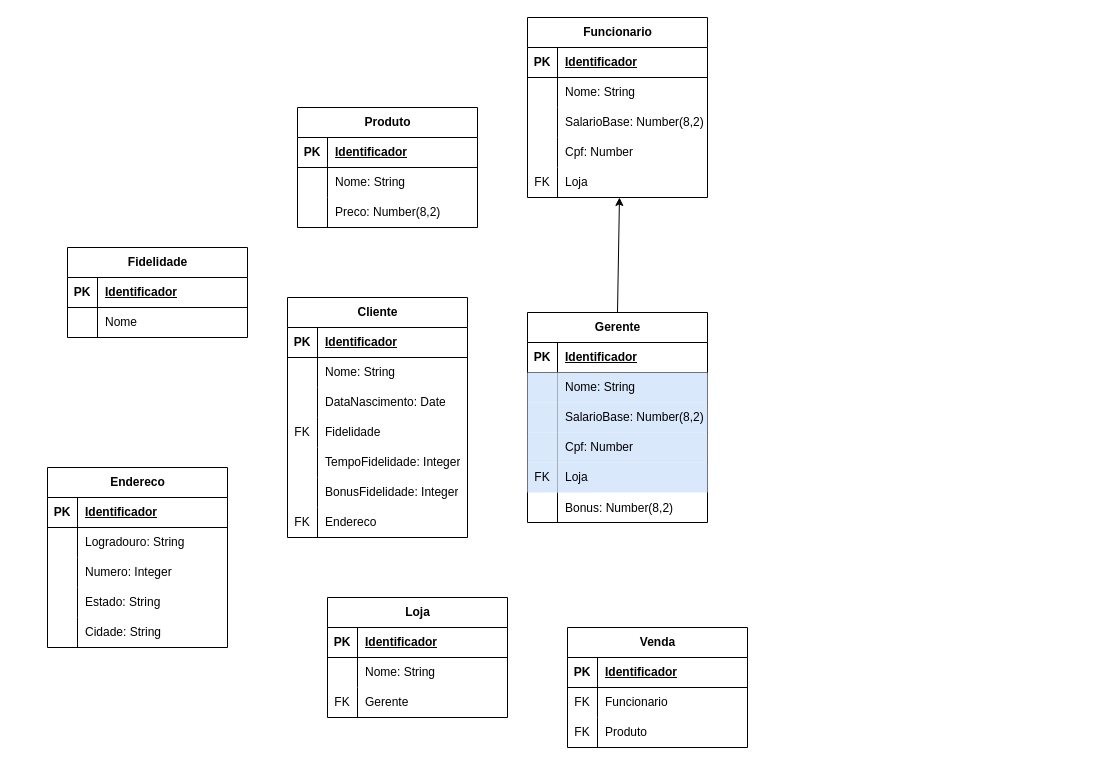
Above: exercicios/exerc.drawio in LarissaAsito/DevInHouseM2S06 (draw.io), before the change. Source tidied: cells renumbered, new cells numbered last; positions are measured from the earlier drawing's top-left corner, leaving out a move shared by most shapes. Both pictures are drawn from the tidied source at 100%, with x=0, y=0 at pixel (47, 17).
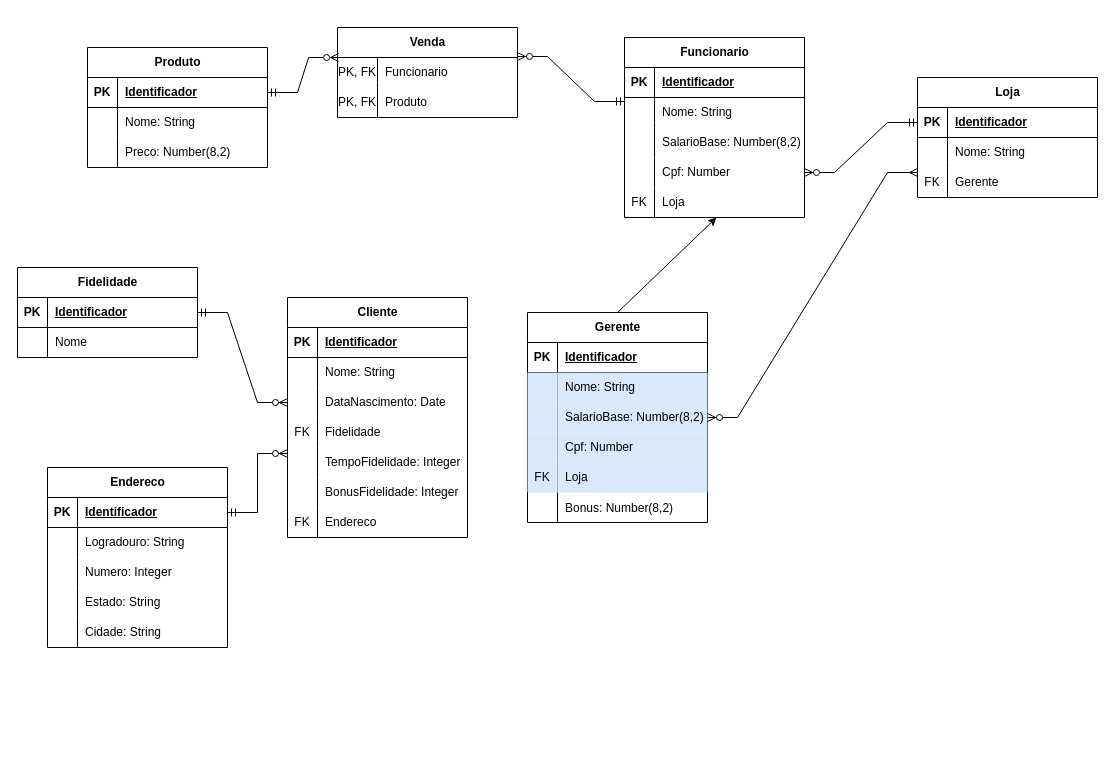
The same diagram, later.

Commit message:
Modificando exercicio 8

Unchanged cells that the change refers to:
```xml
<mxCell id="3" style="shape=tableRow;horizontal=0;startSize=0;swimlaneHead=0;swimlaneBody=0;fillColor=none;points=[[0,0.5],[1,0.5]];portConstraint=eastwest;top=0;left=0;right=0;bottom=1;" parent="2" vertex="1">
  <mxGeometry y="30" width="180" height="30" as="geometry" />
</mxCell>
<mxCell id="16" style="shape=tableRow;horizontal=0;startSize=0;swimlaneHead=0;swimlaneBody=0;fillColor=none;points=[[0,0.5],[1,0.5]];portConstraint=eastwest;top=0;left=0;right=0;bottom=0;" parent="12" vertex="1">
  <mxGeometry y="60" width="180" height="30" as="geometry" />
</mxCell>
<mxCell id="22" style="shape=tableRow;horizontal=0;startSize=0;swimlaneHead=0;swimlaneBody=0;fillColor=none;points=[[0,0.5],[1,0.5]];portConstraint=eastwest;top=0;left=0;right=0;bottom=0;" parent="12" vertex="1">
  <mxGeometry y="120" width="180" height="30" as="geometry" />
</mxCell>
<mxCell id="35" style="shape=tableRow;horizontal=0;startSize=0;swimlaneHead=0;swimlaneBody=0;fillColor=none;points=[[0,0.5],[1,0.5]];portConstraint=eastwest;top=0;left=0;right=0;bottom=0;" parent="28" vertex="1">
  <mxGeometry y="90" width="180" height="30" as="geometry" />
</mxCell>
<mxCell id="41" style="shape=tableRow;horizontal=0;startSize=0;swimlaneHead=0;swimlaneBody=0;fillColor=none;points=[[0,0.5],[1,0.5]];portConstraint=eastwest;top=0;left=0;right=0;bottom=0;" parent="28" vertex="1">
  <mxGeometry y="150" width="180" height="30" as="geometry" />
</mxCell>
<mxCell id="51" style="shape=tableRow;horizontal=0;startSize=0;swimlaneHead=0;swimlaneBody=0;fillColor=none;points=[[0,0.5],[1,0.5]];portConstraint=eastwest;top=0;left=0;right=0;bottom=1;" parent="50" vertex="1">
  <mxGeometry y="30" width="180" height="30" as="geometry" />
</mxCell>
<mxCell id="68" style="shape=tableRow;horizontal=0;startSize=0;swimlaneHead=0;swimlaneBody=0;fillColor=none;points=[[0,0.5],[1,0.5]];portConstraint=eastwest;top=0;left=0;right=0;bottom=1;" parent="67" vertex="1">
  <mxGeometry y="30" width="180" height="30" as="geometry" />
</mxCell>
<mxCell id="84" style="shape=tableRow;horizontal=0;startSize=0;swimlaneHead=0;swimlaneBody=0;fillColor=none;points=[[0,0.5],[1,0.5]];portConstraint=eastwest;top=0;left=0;right=0;bottom=1;" parent="83" vertex="1">
  <mxGeometry y="30" width="180" height="30" as="geometry" />
</mxCell>
<mxCell id="93" value="Gerente" style="shape=table;startSize=30;childLayout=tableLayout;rowLines=0;fontStyle=1;align=center;html=1;" parent="1" vertex="1">
  <mxGeometry x="480" y="295" width="180" height="210" as="geometry" />
</mxCell>
```

What changed in the source:
```diff
@@
     <mxCell id="2" value="Produto" style="shape=table;startSize=30;childLayout=tableLayout;rowLines=0;fontStyle=1;align=center;html=1;" parent="1" vertex="1">
-      <mxGeometry x="250" y="90" width="180" height="120" as="geometry" />
+      <mxGeometry x="40" y="30" width="180" height="120" as="geometry" />
     </mxCell>
@@
     <mxCell id="12" value="Funcionario" style="shape=table;startSize=30;childLayout=tableLayout;rowLines=0;fontStyle=1;align=center;html=1;" parent="1" vertex="1">
-      <mxGeometry x="480" width="180" height="180" as="geometry" />
+      <mxGeometry x="577" y="20" width="180" height="180" as="geometry" />
     </mxCell>
@@
     <mxCell id="50" value="Fidelidade" style="shape=table;startSize=30;childLayout=tableLayout;rowLines=0;fontStyle=1;align=center;html=1;" parent="1" vertex="1">
-      <mxGeometry x="20" y="230" width="180" height="90" as="geometry" />
+      <mxGeometry x="-30" y="250" width="180" height="90" as="geometry" />
     </mxCell>
@@
     <mxCell id="57" value="Venda" style="shape=table;startSize=30;childLayout=tableLayout;rowLines=0;fontStyle=1;align=center;html=1;" parent="1" vertex="1">
-      <mxGeometry x="520" y="610" width="180" height="120" as="geometry" />
+      <mxGeometry x="290" y="10" width="180" height="90" as="geometry" />
     </mxCell>
-    <mxCell id="58" style="shape=tableRow;horizontal=0;startSize=0;swimlaneHead=0;swimlaneBody=0;fillColor=none;top=0;left=0;right=0;bottom=1;" parent="57" vertex="1">
-      <mxGeometry y="30" width="180" height="30" as="geometry" />
-    </mxCell>
-    <mxCell id="59" value="PK" style="shape=partialRectangle;fillColor=none;top=0;left=0;bottom=0;right=0;fontStyle=1;overflow=hidden;whiteSpace=wrap;html=1;" parent="58" vertex="1">
-      <mxGeometry width="30" height="30" as="geometry" />
-    </mxCell>
-    <mxCell id="60" value="Identificador" style="shape=partialRectangle;fillColor=none;top=0;left=0;bottom=0;right=0;align=left;spacingLeft=6;fontStyle=5;overflow=hidden;whiteSpace=wrap;html=1;" parent="58" vertex="1">
-      <mxGeometry x="30" width="150" height="30" as="geometry" />
-    </mxCell>
     <mxCell id="61" style="shape=tableRow;horizontal=0;startSize=0;swimlaneHead=0;swimlaneBody=0;fillColor=none;points=[[0,0.5],[1,0.5]];portConstraint=eastwest;top=0;left=0;right=0;bottom=0;" parent="57" vertex="1">
-      <mxGeometry y="60" width="180" height="30" as="geometry" />
+      <mxGeometry y="30" width="180" height="30" as="geometry" />
     </mxCell>
-    <mxCell id="62" value="FK" style="shape=partialRectangle;fillColor=none;top=0;left=0;bottom=0;right=0;fontStyle=0;overflow=hidden;whiteSpace=wrap;html=1;" parent="61" vertex="1">
-      <mxGeometry width="30" height="30" as="geometry" />
+    <mxCell id="62" value="PK, FK" style="shape=partialRectangle;fillColor=none;top=0;left=0;bottom=0;right=0;fontStyle=0;overflow=hidden;whiteSpace=wrap;html=1;" parent="61" vertex="1">
+      <mxGeometry width="40" height="30" as="geometry" />
     </mxCell>
     <mxCell id="63" value="Funcionario" style="shape=partialRectangle;fillColor=none;top=0;left=0;bottom=0;right=0;align=left;spacingLeft=6;fontStyle=0;overflow=hidden;whiteSpace=wrap;html=1;" parent="61" vertex="1">
-      <mxGeometry x="30" width="150" height="30" as="geometry" />
+      <mxGeometry x="40" width="140" height="30" as="geometry" />
     </mxCell>
     <mxCell id="64" style="shape=tableRow;horizontal=0;startSize=0;swimlaneHead=0;swimlaneBody=0;fillColor=none;top=0;left=0;right=0;bottom=0;" parent="57" vertex="1">
-      <mxGeometry y="90" width="180" height="30" as="geometry" />
+      <mxGeometry y="60" width="180" height="30" as="geometry" />
     </mxCell>
-    <mxCell id="65" value="FK" style="shape=partialRectangle;fillColor=none;top=0;left=0;bottom=0;right=0;fontStyle=0;overflow=hidden;whiteSpace=wrap;html=1;" parent="64" vertex="1">
-      <mxGeometry width="30" height="30" as="geometry" />
+    <mxCell id="65" value="PK, FK" style="shape=partialRectangle;fillColor=none;top=0;left=0;bottom=0;right=0;fontStyle=0;overflow=hidden;whiteSpace=wrap;html=1;" parent="64" vertex="1">
+      <mxGeometry width="40" height="30" as="geometry" />
     </mxCell>
     <mxCell id="66" value="Produto" style="shape=partialRectangle;fillColor=none;top=0;left=0;bottom=0;right=0;align=left;spacingLeft=6;fontStyle=0;overflow=hidden;whiteSpace=wrap;html=1;" parent="64" vertex="1">
-      <mxGeometry x="30" width="150" height="30" as="geometry" />
+      <mxGeometry x="40" width="140" height="30" as="geometry" />
     </mxCell>
@@
     <mxCell id="83" value="Loja" style="shape=table;startSize=30;childLayout=tableLayout;rowLines=0;fontStyle=1;align=center;html=1;" parent="1" vertex="1">
-      <mxGeometry x="280" y="580" width="180" height="120" as="geometry" />
+      <mxGeometry x="870" y="60" width="180" height="120" as="geometry" />
     </mxCell>
@@
+    <mxCell id="113" style="edgeStyle=entityRelationEdgeStyle;fontSize=12;html=1;endArrow=ERmandOne;startArrow=ERzeroToMany;rounded=0;entryX=1;entryY=0.5;entryDx=0;entryDy=0;exitX=0;exitY=0.5;exitDx=0;exitDy=0;startFill=0;endFill=0;" parent="1" edge="1" source="35" target="51">
+      <mxGeometry relative="1" as="geometry" />
+    </mxCell>
+    <mxCell id="114" style="edgeStyle=entityRelationEdgeStyle;fontSize=12;html=1;endArrow=ERmandOne;startArrow=ERzeroToMany;rounded=0;exitX=0.006;exitY=0;exitDx=0;exitDy=0;startFill=0;endFill=0;exitPerimeter=0;entryX=1;entryY=0.5;entryDx=0;entryDy=0;" parent="1" edge="1" source="61" target="3">
+      <mxGeometry relative="1" as="geometry" />
+    </mxCell>
+    <mxCell id="115" style="edgeStyle=entityRelationEdgeStyle;fontSize=12;html=1;endArrow=ERmandOne;startArrow=ERzeroToMany;rounded=0;exitX=1;exitY=-0.033;exitDx=0;exitDy=0;startFill=0;endFill=0;exitPerimeter=0;entryX=0;entryY=0.133;entryDx=0;entryDy=0;entryPerimeter=0;" parent="1" edge="1" source="61" target="16">
+      <mxGeometry relative="1" as="geometry" />
+    </mxCell>
+    <mxCell id="116" style="edgeStyle=entityRelationEdgeStyle;fontSize=12;html=1;endArrow=ERzeroToMany;startArrow=ERmandOne;rounded=0;exitX=1;exitY=0.5;exitDx=0;exitDy=0;entryX=0;entryY=0.2;entryDx=0;entryDy=0;entryPerimeter=0;startFill=0;endFill=0;" parent="1" edge="1" source="68" target="41">
+      <mxGeometry relative="1" as="geometry" />
+    </mxCell>
+    <mxCell id="117" style="edgeStyle=entityRelationEdgeStyle;fontSize=12;html=1;endArrow=ERmandOne;startArrow=ERzeroToMany;rounded=0;exitX=1;exitY=0.5;exitDx=0;exitDy=0;startFill=0;endFill=0;entryX=0;entryY=0.5;entryDx=0;entryDy=0;" parent="1" edge="1" source="22" target="84">
+      <mxGeometry relative="1" as="geometry" />
+    </mxCell>
+    <mxCell id="118" style="edgeStyle=entityRelationEdgeStyle;fontSize=12;html=1;endArrow=ERmany;startArrow=ERzeroToMany;rounded=0;exitX=1;exitY=0.5;exitDx=0;exitDy=0;startFill=0;endFill=0;" parent="1" edge="1" source="93">
+      <mxGeometry relative="1" as="geometry">
+        <mxPoint x="870" y="155" as="targetPoint" />
+      </mxGeometry>
+    </mxCell>
```
